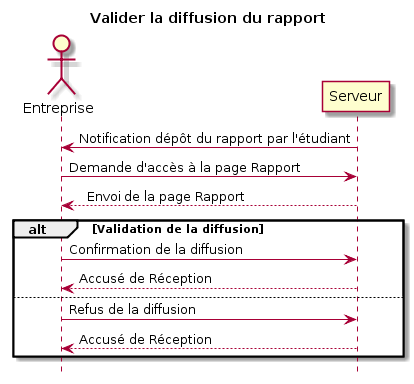
This is Diagramme/ENTREPRISE/Valider la diffusion du rapport.png from Lilieon/MOCI---Projet-stage, a PlantUML export, as it was before one commit.
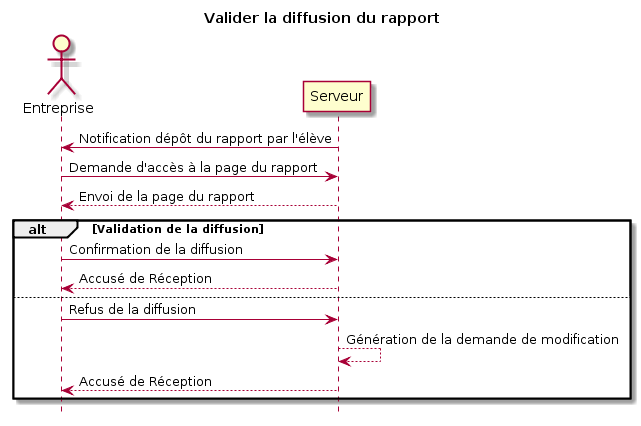
Later version of the same file.

The edit, as a diff of the source:
```diff
@@ -5,9 +5,9 @@
 actor Entreprise
 
 
-Serveur -> Entreprise: Notification dépôt du rapport par l'étudiant
-Entreprise  -> Serveur: Demande d'accès à la page Rapport
-Serveur --> Entreprise : Envois de la page Rapport
+Serveur -> Entreprise: Notification dépôt du rapport par l'élève
+Entreprise  -> Serveur: Demande d'accès à la page du rapport
+Serveur --> Entreprise : Envoi de la page du rapport
 
 
 
@@ -17,6 +17,7 @@
     Serveur --> Entreprise : Accusé de Réception
 else
     Entreprise  -> Serveur: Refus de la diffusion
+    Serveur --> Serveur : Génération de la demande de modification
     Serveur --> Entreprise : Accusé de Réception
 end
 
```
